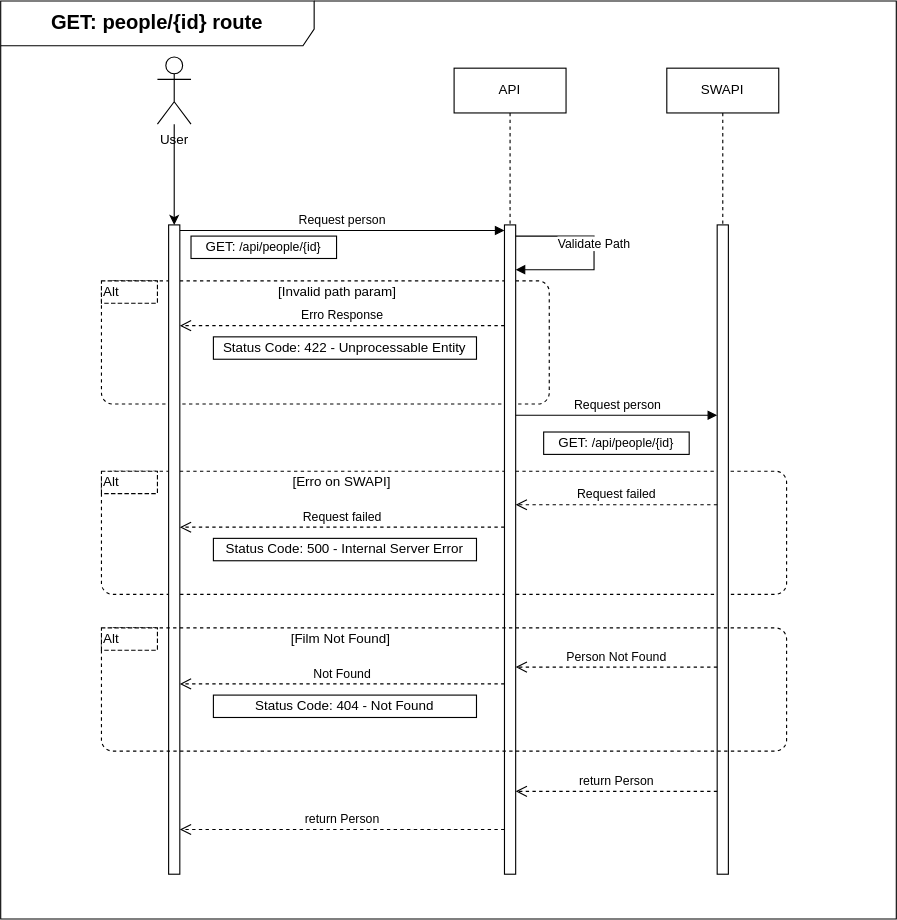
This is docs/diagrams/Diagrama de rotas people id.svg from KhovetS2/starwars-api, a draw.io export, as it was before one commit. Source tidied: cells renumbered, new cells last; positions are measured from the earlier drawing's top-left corner, leaving out a move shared by most shapes. Its diagram source:
```xml
<mxGraphModel>
  <root>
    <mxCell id="0" />
    <mxCell id="1" parent="0" />
    <mxCell id="2" style="html=1;align=center;verticalAlign=top;rounded=1;absoluteArcSize=1;arcSize=20;dashed=1;whiteSpace=wrap;fillColor=none;" parent="1" vertex="1">
      <mxGeometry x="90" y="420" width="612" height="110" as="geometry" />
    </mxCell>
    <mxCell id="3" style="html=1;align=center;verticalAlign=top;rounded=1;absoluteArcSize=1;arcSize=20;dashed=1;whiteSpace=wrap;fillColor=none;" parent="1" vertex="1">
      <mxGeometry x="90" y="250" width="400" height="110" as="geometry" />
    </mxCell>
    <mxCell id="4" style="html=1;points=[[0,0,0,0,5],[0,1,0,0,-5],[1,0,0,0,5],[1,1,0,0,-5]];perimeter=orthogonalPerimeter;outlineConnect=0;targetShapes=umlLifeline;portConstraint=eastwest;newEdgeStyle={&quot;curved&quot;:0,&quot;rounded&quot;:0};" parent="1" vertex="1">
      <mxGeometry x="450" y="200" width="10" height="580" as="geometry" />
    </mxCell>
    <mxCell id="5" value="Request person" style="html=1;verticalAlign=bottom;endArrow=block;curved=0;rounded=0;entryX=0;entryY=0;entryDx=0;entryDy=5;" parent="1" edge="1" source="13" target="4">
      <mxGeometry relative="1" as="geometry" />
    </mxCell>
    <mxCell id="6" value="return Person" style="html=1;verticalAlign=bottom;endArrow=open;dashed=1;endSize=8;curved=0;rounded=0;" parent="1" edge="1">
      <mxGeometry relative="1" as="geometry">
        <mxPoint x="450" y="740" as="sourcePoint" />
        <mxPoint x="160" y="740" as="targetPoint" />
      </mxGeometry>
    </mxCell>
    <mxCell id="7" style="html=1;perimeter=orthogonalPerimeter;targetShapes=umlLifeline;newEdgeStyle={&quot;curved&quot;:0,&quot;rounded&quot;:0};" parent="1" vertex="1">
      <mxGeometry x="640" y="200" width="10" height="580" as="geometry" />
    </mxCell>
    <mxCell id="8" value="Request person" style="html=1;verticalAlign=bottom;endArrow=block;curved=0;rounded=0;" parent="1" edge="1">
      <mxGeometry x="0.01" relative="1" as="geometry">
        <mxPoint x="460" y="370" as="sourcePoint" />
        <mxPoint x="640" y="370" as="targetPoint" />
      </mxGeometry>
    </mxCell>
    <mxCell id="9" value="API" style="shape=umlLifeline;perimeter=lifelinePerimeter;whiteSpace=wrap;html=1;newEdgeStyle={&quot;curved&quot;:0,&quot;rounded&quot;:0};" parent="1" vertex="1">
      <mxGeometry x="405" y="60" width="100" height="140" as="geometry" />
    </mxCell>
    <mxCell id="10" value="SWAPI" style="shape=umlLifeline;perimeter=lifelinePerimeter;whiteSpace=wrap;html=1;newEdgeStyle={&quot;curved&quot;:0,&quot;rounded&quot;:0};" parent="1" vertex="1">
      <mxGeometry x="595" y="60" width="100" height="140" as="geometry" />
    </mxCell>
    <mxCell id="11" style="edgeStyle=orthogonalEdgeStyle;rounded=0;jettySize=auto;html=1;" parent="1" edge="1" source="12" target="13">
      <mxGeometry relative="1" as="geometry">
        <Array as="points">
          <mxPoint x="160" y="80" />
          <mxPoint x="160" y="405" />
        </Array>
      </mxGeometry>
    </mxCell>
    <mxCell id="12" value="User&lt;div&gt;&lt;br&gt;&lt;/div&gt;" style="shape=umlActor;verticalLabelPosition=bottom;verticalAlign=top;html=1;" parent="1" vertex="1">
      <mxGeometry x="140" y="50" width="30" height="60" as="geometry" />
    </mxCell>
    <mxCell id="13" style="html=1;points=[[0,0,0,0,5],[0,1,0,0,-5],[1,0,0,0,5],[1,1,0,0,-5]];perimeter=orthogonalPerimeter;outlineConnect=0;targetShapes=umlLifeline;portConstraint=eastwest;newEdgeStyle={&quot;curved&quot;:0,&quot;rounded&quot;:0};" parent="1" vertex="1">
      <mxGeometry x="150" y="200" width="10" height="580" as="geometry" />
    </mxCell>
    <mxCell id="14" value="GET:&amp;nbsp;&lt;span style=&quot;font-size: 11px; text-wrap-mode: nowrap;&quot;&gt;/api/people/{id}&lt;/span&gt;" style="rounded=0;whiteSpace=wrap;html=1;" parent="1" vertex="1">
      <mxGeometry x="170" y="210" width="130" height="20" as="geometry" />
    </mxCell>
    <mxCell id="15" value="GET:&amp;nbsp;&lt;span style=&quot;font-size: 11px; text-wrap-mode: nowrap;&quot;&gt;/api/people/{id}&lt;/span&gt;" style="rounded=0;whiteSpace=wrap;html=1;" parent="1" vertex="1">
      <mxGeometry x="485" y="385" width="130" height="20" as="geometry" />
    </mxCell>
    <mxCell id="16" value="Alt" style="shape=partialRectangle;html=1;top=1;align=left;dashed=1;" parent="1" vertex="1">
      <mxGeometry x="90" y="250" width="50" height="20" as="geometry" />
    </mxCell>
    <mxCell id="17" value="Alt" style="shape=partialRectangle;html=1;top=1;align=left;dashed=1;" parent="1" vertex="1">
      <mxGeometry x="90" y="420" width="50" height="20" as="geometry" />
    </mxCell>
    <mxCell id="18" value="Status Code: 422 - Unprocessable Entity" style="rounded=0;whiteSpace=wrap;html=1;" parent="1" vertex="1">
      <mxGeometry x="190" y="300" width="235" height="20" as="geometry" />
    </mxCell>
    <mxCell id="19" value="[Invalid path param]" style="text;html=1;whiteSpace=wrap;strokeColor=none;fillColor=none;align=center;verticalAlign=middle;rounded=0;" parent="1" vertex="1">
      <mxGeometry x="246" y="250" width="110" height="20" as="geometry" />
    </mxCell>
    <mxCell id="20" value="Status Code: 500 - Internal Server Error" style="rounded=0;whiteSpace=wrap;html=1;" parent="1" vertex="1">
      <mxGeometry x="190" y="480" width="235" height="20" as="geometry" />
    </mxCell>
    <mxCell id="21" value="[Erro on SWAPI]" style="text;html=1;whiteSpace=wrap;strokeColor=none;fillColor=none;align=center;verticalAlign=middle;rounded=0;" parent="1" vertex="1">
      <mxGeometry x="260" y="420" width="90" height="20" as="geometry" />
    </mxCell>
    <mxCell id="22" style="html=1;align=center;verticalAlign=top;rounded=1;absoluteArcSize=1;arcSize=20;dashed=1;whiteSpace=wrap;fillColor=none;" parent="1" vertex="1">
      <mxGeometry x="90" y="560" width="612" height="110" as="geometry" />
    </mxCell>
    <mxCell id="23" value="Alt" style="shape=partialRectangle;html=1;top=1;align=left;dashed=1;" parent="1" vertex="1">
      <mxGeometry x="90" y="560" width="50" height="20" as="geometry" />
    </mxCell>
    <mxCell id="24" value="Status Code: 404 - Not Found" style="rounded=0;whiteSpace=wrap;html=1;" parent="1" vertex="1">
      <mxGeometry x="190" y="620" width="235" height="20" as="geometry" />
    </mxCell>
    <mxCell id="25" value="[Film Not Found]" style="text;html=1;whiteSpace=wrap;strokeColor=none;fillColor=none;align=center;verticalAlign=middle;rounded=0;" parent="1" vertex="1">
      <mxGeometry x="249" y="560" width="110" height="20" as="geometry" />
    </mxCell>
    <mxCell id="26" value="&lt;b&gt;&lt;font style=&quot;font-size: 18px;&quot;&gt;GET: people/{id} route&lt;/font&gt;&lt;/b&gt;" style="shape=umlFrame;whiteSpace=wrap;html=1;width=280;height=40;" parent="1" vertex="1">
      <mxGeometry width="800" height="820" as="geometry" />
    </mxCell>
    <mxCell id="27" value="Validate Path" style="html=1;verticalAlign=bottom;endArrow=block;curved=0;rounded=0;" parent="1" edge="1" target="4">
      <mxGeometry x="0.01" relative="1" as="geometry">
        <mxPoint x="460" y="210" as="sourcePoint" />
        <Array as="points">
          <mxPoint x="530" y="210" />
          <mxPoint x="530" y="240" />
        </Array>
      </mxGeometry>
    </mxCell>
    <mxCell id="28" value="return Person" style="html=1;verticalAlign=bottom;endArrow=open;dashed=1;endSize=8;curved=0;rounded=0;" parent="1" edge="1">
      <mxGeometry relative="1" as="geometry">
        <mxPoint x="640" y="706" as="sourcePoint" />
        <mxPoint x="460" y="706" as="targetPoint" />
      </mxGeometry>
    </mxCell>
    <mxCell id="29" value="Not Found" style="html=1;verticalAlign=bottom;endArrow=open;dashed=1;endSize=8;curved=0;rounded=0;" parent="1" edge="1">
      <mxGeometry relative="1" as="geometry">
        <mxPoint x="450" y="610" as="sourcePoint" />
        <mxPoint x="160" y="610" as="targetPoint" />
      </mxGeometry>
    </mxCell>
    <mxCell id="30" value="Person Not Found" style="html=1;verticalAlign=bottom;endArrow=open;dashed=1;endSize=8;curved=0;rounded=0;" parent="1" edge="1">
      <mxGeometry relative="1" as="geometry">
        <mxPoint x="640" y="595" as="sourcePoint" />
        <mxPoint x="460" y="595" as="targetPoint" />
      </mxGeometry>
    </mxCell>
    <mxCell id="31" value="Request failed" style="html=1;verticalAlign=bottom;endArrow=open;dashed=1;endSize=8;curved=0;rounded=0;" parent="1" edge="1">
      <mxGeometry relative="1" as="geometry">
        <mxPoint x="640" y="450" as="sourcePoint" />
        <mxPoint x="460" y="450" as="targetPoint" />
      </mxGeometry>
    </mxCell>
    <mxCell id="32" value="Request failed" style="html=1;verticalAlign=bottom;endArrow=open;dashed=1;endSize=8;curved=0;rounded=0;" parent="1" edge="1">
      <mxGeometry relative="1" as="geometry">
        <mxPoint x="450" y="470" as="sourcePoint" />
        <mxPoint x="160" y="470" as="targetPoint" />
      </mxGeometry>
    </mxCell>
    <mxCell id="33" value="Erro Response" style="html=1;verticalAlign=bottom;endArrow=open;dashed=1;endSize=8;curved=0;rounded=0;" parent="1" edge="1">
      <mxGeometry relative="1" as="geometry">
        <mxPoint x="450" y="290" as="sourcePoint" />
        <mxPoint x="160" y="290" as="targetPoint" />
      </mxGeometry>
    </mxCell>
  </root>
</mxGraphModel>
```
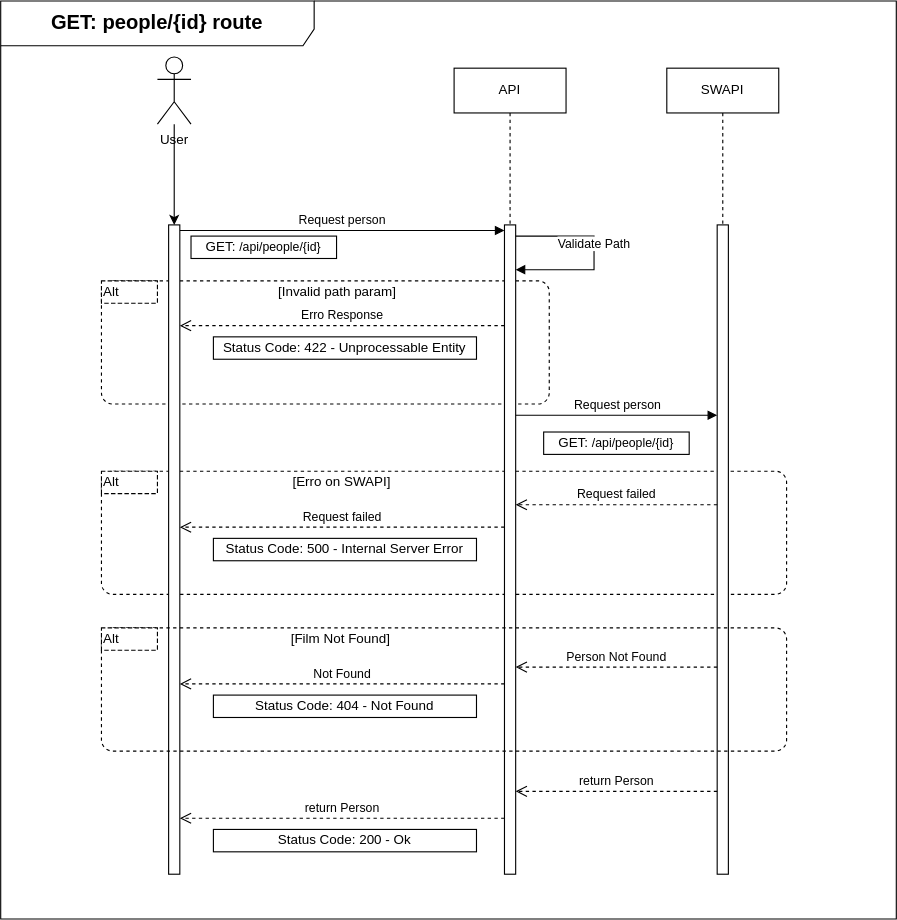
Later version of the same file.

Change to the diagram source:
```diff
@@ -16,8 +16,8 @@
     </mxCell>
     <mxCell id="6" value="return Person" style="html=1;verticalAlign=bottom;endArrow=open;dashed=1;endSize=8;curved=0;rounded=0;" parent="1" edge="1">
       <mxGeometry relative="1" as="geometry">
-        <mxPoint x="450" y="740" as="sourcePoint" />
-        <mxPoint x="160" y="740" as="targetPoint" />
+        <mxPoint x="450" y="730" as="sourcePoint" />
+        <mxPoint x="160" y="730" as="targetPoint" />
       </mxGeometry>
     </mxCell>
     <mxCell id="7" style="html=1;perimeter=orthogonalPerimeter;targetShapes=umlLifeline;newEdgeStyle={&quot;curved&quot;:0,&quot;rounded&quot;:0};" parent="1" vertex="1">
@@ -133,5 +133,8 @@
         <mxPoint x="160" y="290" as="targetPoint" />
       </mxGeometry>
     </mxCell>
+    <mxCell id="34" value="Status Code: 200 - Ok" style="rounded=0;whiteSpace=wrap;html=1;" parent="1" vertex="1">
+      <mxGeometry x="190" y="740" width="235" height="20" as="geometry" />
+    </mxCell>
   </root>
 </mxGraphModel>
```
